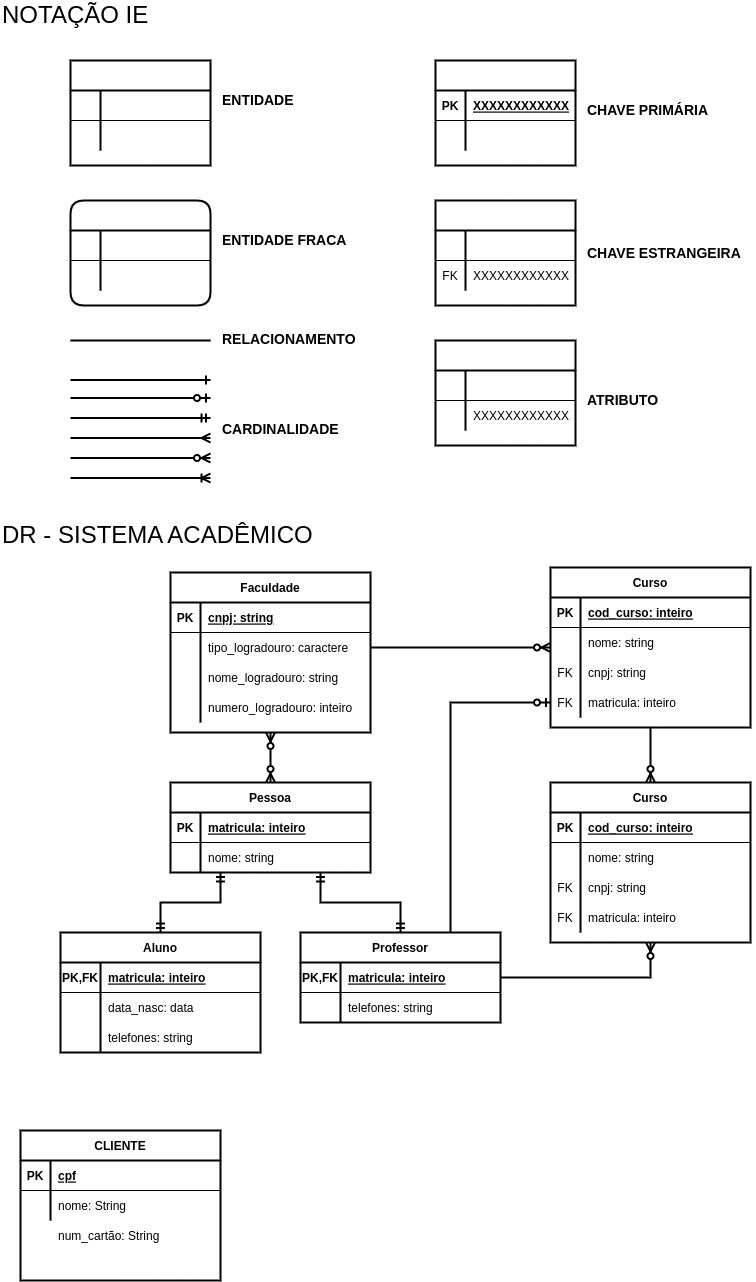
The draw.io diagram Banco_de_Dados/Q2TRAB.drawio.png in EdinilsonSousa/cods_aleatorios, before a commit. Source tidied: cells renumbered, new cells last; positions are measured from the earlier drawing's top-left corner, leaving out a move shared by most shapes.
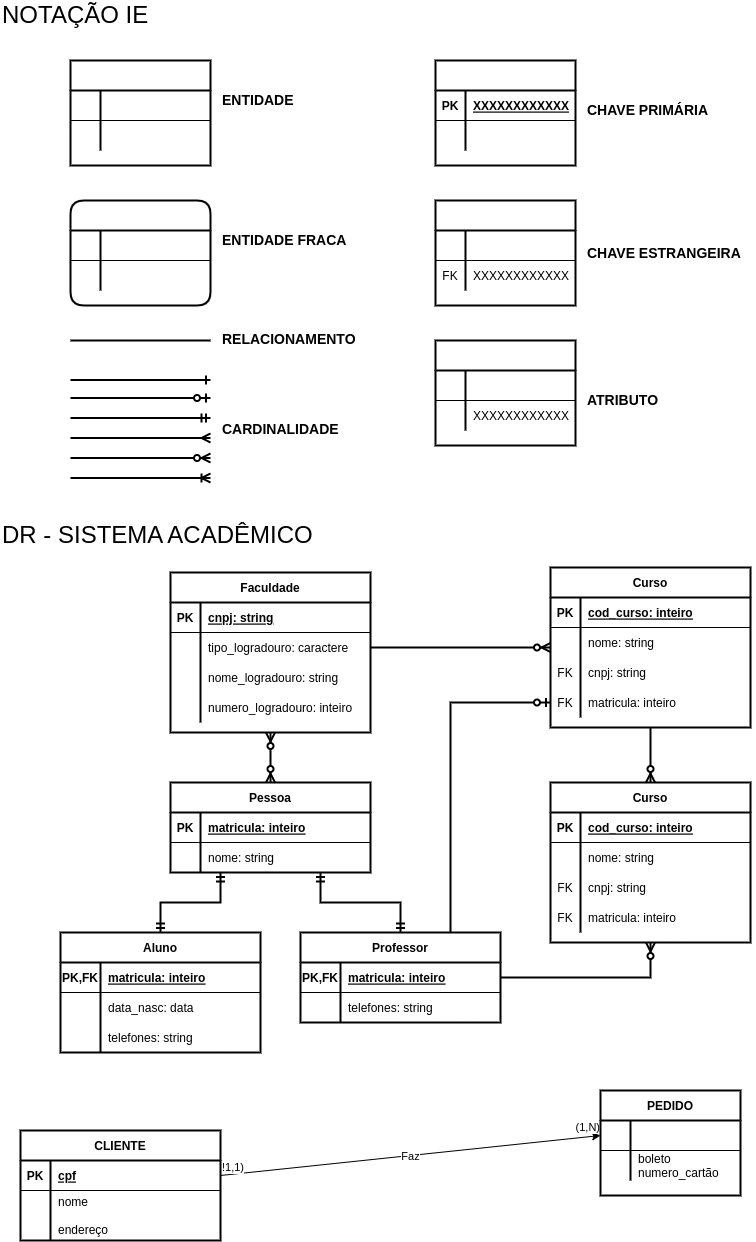
Above is the later version.

What changed in the source:
```diff
@@ -391,7 +391,7 @@
       </mxGeometry>
     </mxCell>
     <mxCell id="123" value="CLIENTE" style="shape=table;startSize=30;rowLines=0;fontStyle=1;align=center;strokeWidth=2;" parent="1" vertex="1">
-      <mxGeometry x="20" y="1130" width="200" height="150" as="geometry" />
+      <mxGeometry x="20" y="1130" width="200" height="110" as="geometry" />
     </mxCell>
     <mxCell id="124" style="shape=partialRectangle;fillColor=none;points=[[0,0.5],[1,0.5]];portConstraint=eastwest;top=0;left=0;right=0;bottom=1;" parent="123" vertex="1">
       <mxGeometry y="30" width="200" height="30" as="geometry" />
@@ -403,16 +403,46 @@
       <mxGeometry x="30" width="170" height="30" as="geometry" />
     </mxCell>
     <mxCell id="127" style="shape=partialRectangle;fillColor=none;top=0;left=0;right=0;bottom=0;" parent="123" vertex="1">
-      <mxGeometry y="60" width="200" height="30" as="geometry" />
+      <mxGeometry y="60" width="200" height="50" as="geometry" />
     </mxCell>
     <mxCell id="128" style="shape=partialRectangle;overflow=hidden;fillColor=none;top=0;left=0;bottom=0;right=0;" parent="127" vertex="1">
-      <mxGeometry width="30" height="30" as="geometry" />
+      <mxGeometry width="30" height="50" as="geometry" />
     </mxCell>
-    <mxCell id="129" value="nome: String" style="shape=partialRectangle;overflow=hidden;fillColor=none;top=0;left=0;bottom=0;right=0;align=left;spacingLeft=6;" parent="127" vertex="1">
-      <mxGeometry x="30" width="170" height="30" as="geometry" />
+    <mxCell id="129" value="nome&#10;&#10;endereço" style="shape=partialRectangle;overflow=hidden;fillColor=none;top=0;left=0;bottom=0;right=0;align=left;spacingLeft=6;" parent="127" vertex="1">
+      <mxGeometry x="30" width="170" height="50" as="geometry" />
     </mxCell>
-    <mxCell id="130" value="num_cartão: String" style="shape=partialRectangle;overflow=hidden;fillColor=none;top=0;left=0;bottom=0;right=0;align=left;spacingLeft=6;" parent="1" vertex="1">
-      <mxGeometry x="50" y="1220" width="170" height="30" as="geometry" />
-    </mxCell>
+    <mxCell id="131" style="endArrow=classic;html=1;rounded=0;exitX=1;exitY=0.5;exitDx=0;exitDy=0;entryX=0;entryY=0.5;entryDx=0;entryDy=0;" parent="1" edge="1" source="124" target="136">
+      <mxGeometry relative="1" as="geometry" />
+    </mxCell>
+    <mxCell id="132" value="Faz" style="edgeLabel;html=1;align=center;verticalAlign=middle;" parent="131" vertex="1">
+      <mxGeometry relative="1" as="geometry" />
+    </mxCell>
+    <mxCell id="133" value="!1,1)" style="edgeLabel;html=1;align=left;verticalAlign=bottom;" parent="131" vertex="1">
+      <mxGeometry x="-1" relative="1" as="geometry" />
+    </mxCell>
+    <mxCell id="134" value="(1,N)" style="edgeLabel;html=1;align=right;verticalAlign=bottom;" parent="131" vertex="1">
+      <mxGeometry x="1" relative="1" as="geometry" />
+    </mxCell>
+    <mxCell id="135" value="PEDIDO" style="shape=table;startSize=30;rowLines=0;fontStyle=1;align=center;strokeWidth=2;" parent="1" vertex="1">
+      <mxGeometry x="600" y="1090" width="140" height="105" as="geometry" />
+    </mxCell>
+    <mxCell id="136" style="shape=partialRectangle;fillColor=none;points=[[0,0.5],[1,0.5]];portConstraint=eastwest;top=0;left=0;right=0;bottom=1;" parent="135" vertex="1">
+      <mxGeometry y="30" width="140" height="30" as="geometry" />
+    </mxCell>
+    <mxCell id="137" style="shape=partialRectangle;overflow=hidden;fillColor=none;top=0;left=0;bottom=0;right=0;fontStyle=1;" parent="136" vertex="1">
+      <mxGeometry width="30" height="30" as="geometry" />
+    </mxCell>
+    <mxCell id="138" style="shape=partialRectangle;overflow=hidden;fillColor=none;top=0;left=0;bottom=0;right=0;align=left;spacingLeft=6;fontStyle=5;" parent="136" vertex="1">
+      <mxGeometry x="30" width="110" height="30" as="geometry" />
+    </mxCell>
+    <mxCell id="139" style="shape=partialRectangle;fillColor=none;top=0;left=0;right=0;bottom=0;" parent="135" vertex="1">
+      <mxGeometry y="60" width="140" height="30" as="geometry" />
+    </mxCell>
+    <mxCell id="140" style="shape=partialRectangle;overflow=hidden;fillColor=none;top=0;left=0;bottom=0;right=0;" parent="139" vertex="1">
+      <mxGeometry width="30" height="30" as="geometry" />
+    </mxCell>
+    <mxCell id="141" value="boleto&#10;numero_cartão" style="shape=partialRectangle;overflow=hidden;fillColor=none;top=0;left=0;bottom=0;right=0;align=left;spacingLeft=6;" parent="139" vertex="1">
+      <mxGeometry x="30" width="110" height="30" as="geometry" />
+    </mxCell>
   </root>
 </mxGraphModel>
```
